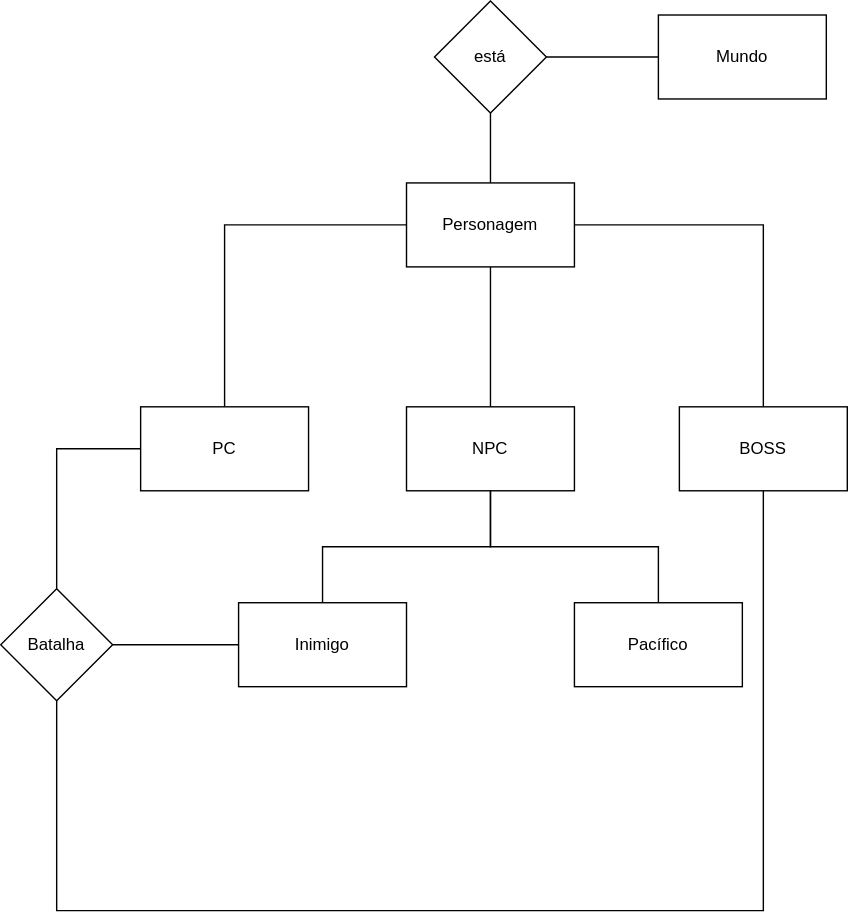
This is docs/modulo_01/DER.drawio.svg from SBD1/2024.2-D-D-classico, a draw.io export, as it was before one commit. Source tidied: cells renumbered, new cells last; positions are measured from the earlier drawing's top-left corner, leaving out a move shared by most shapes.
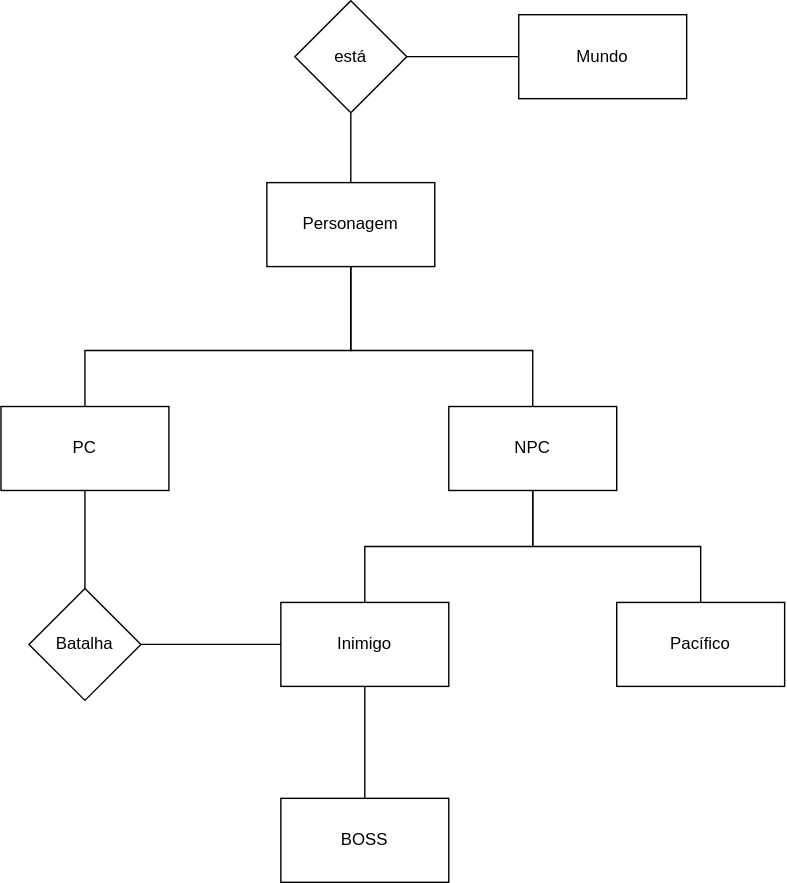
Later version of the same file.

Commit message:
Atualiza tabela

Diff of the diagram source:
```diff
@@ -15,34 +15,34 @@
       <mxGeometry x="310" width="80" height="80" as="geometry" />
     </mxCell>
     <mxCell id="6" style="edgeStyle=orthogonalEdgeStyle;rounded=0;jettySize=auto;html=1;endArrow=none;endFill=0;" parent="1" edge="1" source="9" target="11">
-      <mxGeometry relative="1" as="geometry" />
+      <mxGeometry relative="1" as="geometry">
+        <Array as="points">
+          <mxPoint x="350" y="250" />
+          <mxPoint x="160" y="250" />
+        </Array>
+      </mxGeometry>
     </mxCell>
-    <mxCell id="7" style="edgeStyle=orthogonalEdgeStyle;rounded=0;jettySize=auto;html=1;endArrow=none;endFill=0;" parent="1" edge="1" source="9" target="13">
-      <mxGeometry relative="1" as="geometry" />
-    </mxCell>
     <mxCell id="8" style="edgeStyle=orthogonalEdgeStyle;rounded=0;jettySize=auto;html=1;endArrow=none;endFill=0;" parent="1" edge="1" source="9" target="16">
-      <mxGeometry relative="1" as="geometry" />
+      <mxGeometry relative="1" as="geometry">
+        <Array as="points">
+          <mxPoint x="350" y="250" />
+          <mxPoint x="480" y="250" />
+        </Array>
+      </mxGeometry>
     </mxCell>
     <mxCell id="9" value="Personagem" style="whiteSpace=wrap;html=1;rounded=0;" parent="1" vertex="1">
       <mxGeometry x="290" y="130" width="120" height="60" as="geometry" />
     </mxCell>
     <mxCell id="10" style="edgeStyle=orthogonalEdgeStyle;rounded=0;jettySize=auto;html=1;endArrow=none;endFill=0;" parent="1" edge="1" source="11" target="20">
-      <mxGeometry relative="1" as="geometry" />
+      <mxGeometry relative="1" as="geometry">
+        <Array as="points">
+          <mxPoint x="160" y="460" />
+        </Array>
+      </mxGeometry>
     </mxCell>
     <mxCell id="11" value="PC" style="whiteSpace=wrap;html=1;rounded=0;" parent="1" vertex="1">
       <mxGeometry x="100" y="290" width="120" height="60" as="geometry" />
     </mxCell>
-    <mxCell id="12" style="rounded=0;jettySize=auto;html=1;exitX=0.5;exitY=1;exitDx=0;exitDy=0;elbow=vertical;jumpStyle=arc;entryX=0.5;entryY=1;entryDx=0;entryDy=0;endArrow=none;endFill=0;" parent="1" edge="1" source="13" target="20">
-      <mxGeometry relative="1" as="geometry">
-        <Array as="points">
-          <mxPoint x="545" y="650" />
-          <mxPoint x="40" y="650" />
-        </Array>
-      </mxGeometry>
-    </mxCell>
-    <mxCell id="13" value="BOSS" style="whiteSpace=wrap;html=1;rounded=0;" parent="1" vertex="1">
-      <mxGeometry x="485" y="290" width="120" height="60" as="geometry" />
-    </mxCell>
     <mxCell id="14" style="edgeStyle=orthogonalEdgeStyle;rounded=0;jettySize=auto;html=1;endArrow=none;endFill=0;" parent="1" edge="1" source="16" target="17">
       <mxGeometry relative="1" as="geometry" />
     </mxCell>
@@ -50,19 +50,25 @@
       <mxGeometry relative="1" as="geometry" />
     </mxCell>
     <mxCell id="16" value="NPC" style="whiteSpace=wrap;html=1;rounded=0;" parent="1" vertex="1">
-      <mxGeometry x="290" y="290" width="120" height="60" as="geometry" />
+      <mxGeometry x="420" y="290" width="120" height="60" as="geometry" />
     </mxCell>
+    <mxCell id="21" style="edgeStyle=orthogonalEdgeStyle;rounded=0;jettySize=auto;html=1;endArrow=none;endFill=0;" parent="1" edge="1" source="17" target="13">
+      <mxGeometry relative="1" as="geometry" />
+    </mxCell>
     <mxCell id="17" value="Inimigo" style="whiteSpace=wrap;html=1;rounded=0;" parent="1" vertex="1">
-      <mxGeometry x="170" y="430" width="120" height="60" as="geometry" />
+      <mxGeometry x="300" y="430" width="120" height="60" as="geometry" />
     </mxCell>
     <mxCell id="18" value="Pacífico" style="whiteSpace=wrap;html=1;rounded=0;" parent="1" vertex="1">
-      <mxGeometry x="410" y="430" width="120" height="60" as="geometry" />
+      <mxGeometry x="540" y="430" width="120" height="60" as="geometry" />
     </mxCell>
     <mxCell id="19" style="edgeStyle=orthogonalEdgeStyle;rounded=0;jettySize=auto;html=1;exitX=1;exitY=0.5;exitDx=0;exitDy=0;entryX=0;entryY=0.5;entryDx=0;entryDy=0;endArrow=none;endFill=0;" parent="1" edge="1" source="20" target="17">
       <mxGeometry relative="1" as="geometry" />
     </mxCell>
     <mxCell id="20" value="Batalha" style="rhombus;whiteSpace=wrap;html=1;rounded=0;" parent="1" vertex="1">
-      <mxGeometry y="420" width="80" height="80" as="geometry" />
+      <mxGeometry x="120" y="420" width="80" height="80" as="geometry" />
     </mxCell>
+    <mxCell id="13" value="BOSS" style="whiteSpace=wrap;html=1;rounded=0;" parent="1" vertex="1">
+      <mxGeometry x="300" y="570" width="120" height="60" as="geometry" />
+    </mxCell>
   </root>
 </mxGraphModel>
```
